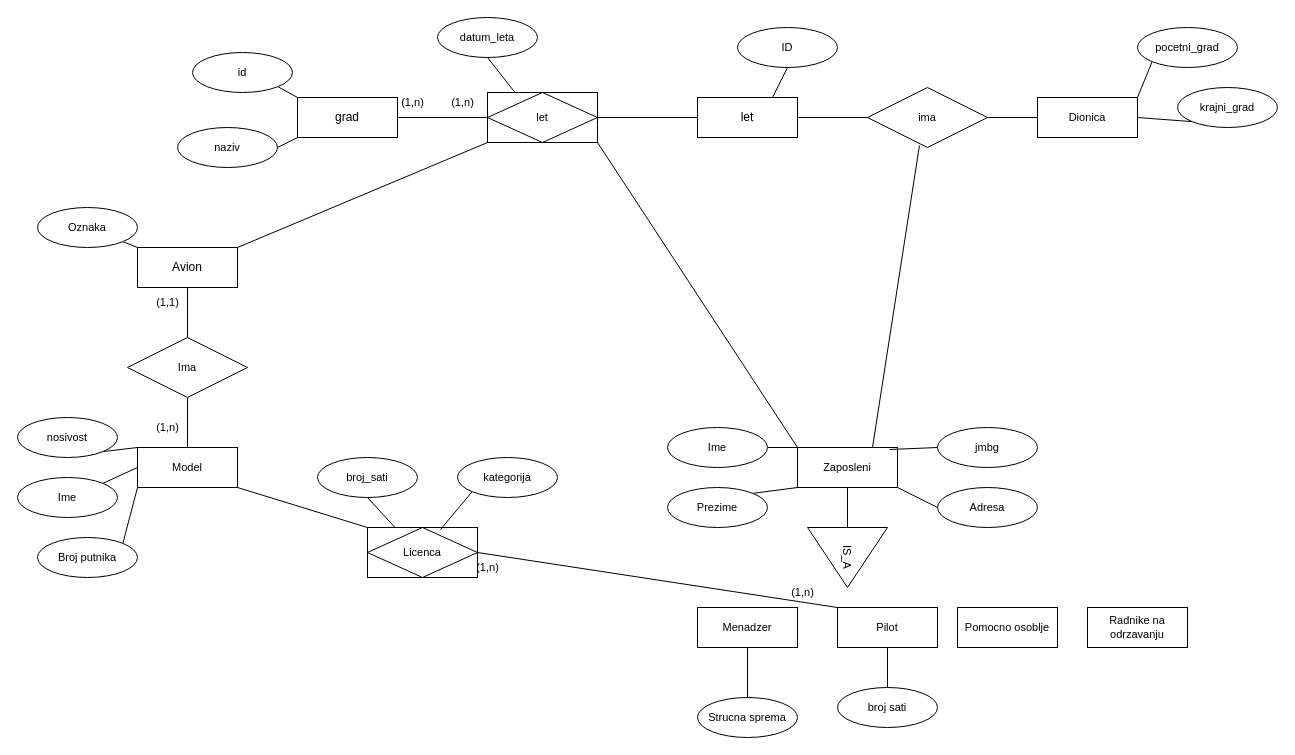
The draw.io diagram Untitled Diagram.drawio in Shrimp22/aviocompany_jdbc, before the edit. Source tidied: cells renumbered, new cells numbered last; positions are measured from the earlier drawing's top-left corner, leaving out a move shared by most shapes. Both pictures are drawn from the tidied source at 100%, with x=0, y=0 at pixel (17, 17).
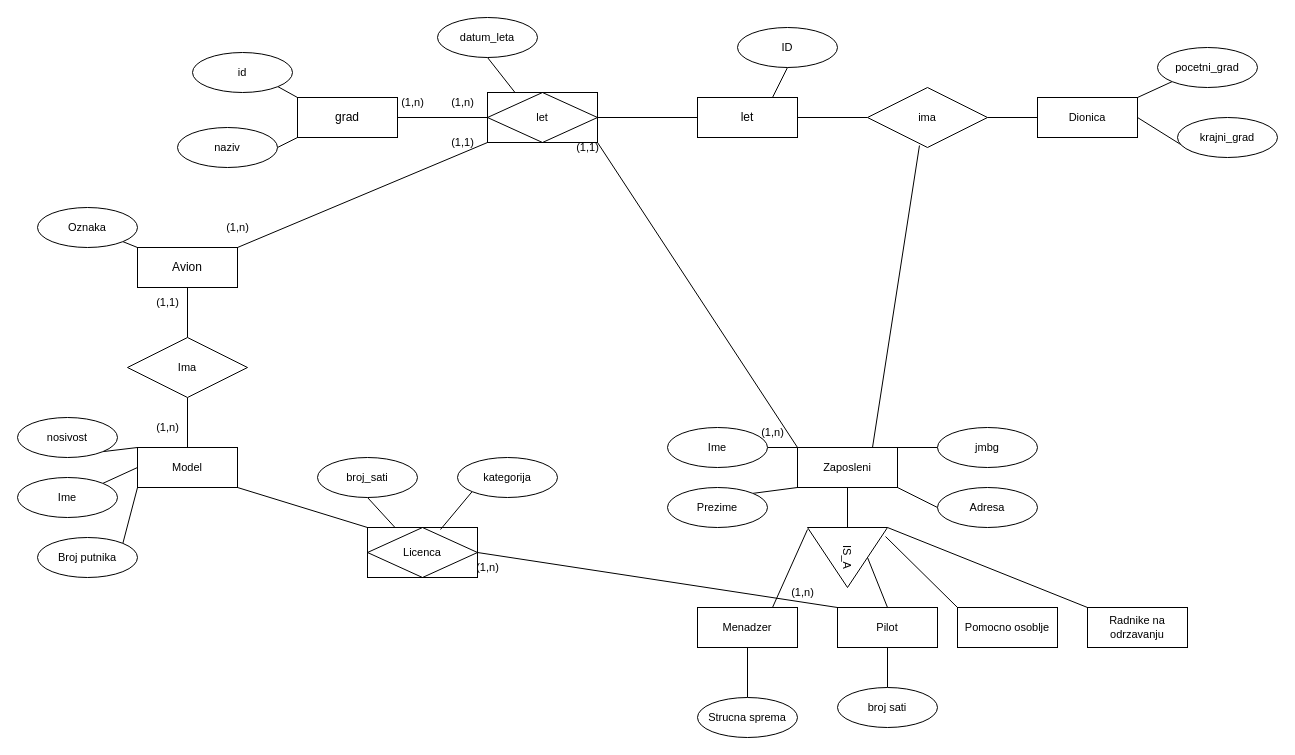
The same diagram, later.

Unchanged cells that the change refers to:
```xml
<mxCell id="20" value="Zaposleni" style="whiteSpace=wrap;html=1;align=center;fontFamily=Helvetica;fontSize=11;fontColor=default;" parent="1" vertex="1">
  <mxGeometry x="780" y="430" width="100" height="40" as="geometry" />
</mxCell>
<mxCell id="21" value="IS_A" style="triangle;whiteSpace=wrap;html=1;fontFamily=Helvetica;fontSize=11;fontColor=default;rotation=90;" parent="1" vertex="1">
  <mxGeometry x="800" y="500" width="60" height="80" as="geometry" />
</mxCell>
<mxCell id="22" value="Menadzer" style="whiteSpace=wrap;html=1;align=center;fontFamily=Helvetica;fontSize=11;fontColor=default;" parent="1" vertex="1">
  <mxGeometry x="680" y="590" width="100" height="40" as="geometry" />
</mxCell>
<mxCell id="23" value="Pilot" style="whiteSpace=wrap;html=1;align=center;fontFamily=Helvetica;fontSize=11;fontColor=default;" parent="1" vertex="1">
  <mxGeometry x="820" y="590" width="100" height="40" as="geometry" />
</mxCell>
<mxCell id="24" value="Pomocno osoblje" style="whiteSpace=wrap;html=1;align=center;fontFamily=Helvetica;fontSize=11;fontColor=default;" parent="1" vertex="1">
  <mxGeometry x="940" y="590" width="100" height="40" as="geometry" />
</mxCell>
<mxCell id="25" value="Radnike na odrzavanju" style="whiteSpace=wrap;html=1;align=center;fontFamily=Helvetica;fontSize=11;fontColor=default;" parent="1" vertex="1">
  <mxGeometry x="1070" y="590" width="100" height="40" as="geometry" />
</mxCell>
<mxCell id="31" value="jmbg" style="ellipse;whiteSpace=wrap;html=1;align=center;fontFamily=Helvetica;fontSize=11;fontColor=default;" parent="1" vertex="1">
  <mxGeometry x="920" y="410" width="100" height="40" as="geometry" />
</mxCell>
```

Diff of the diagram source:
```diff
@@
+    <mxCell id="71" style="edgeStyle=none;shape=connector;rounded=0;jettySize=auto;html=1;exitX=0.75;exitY=0;exitDx=0;exitDy=0;entryX=0.033;entryY=1;entryDx=0;entryDy=0;entryPerimeter=0;labelBackgroundColor=default;strokeColor=default;fontFamily=Helvetica;fontSize=11;fontColor=default;endArrow=none;" parent="1" edge="1" source="22" target="21">
+      <mxGeometry relative="1" as="geometry" />
+    </mxCell>
@@
+    <mxCell id="72" style="edgeStyle=none;shape=connector;rounded=0;jettySize=auto;html=1;exitX=0.5;exitY=0;exitDx=0;exitDy=0;entryX=0.5;entryY=0;entryDx=0;entryDy=0;labelBackgroundColor=default;strokeColor=default;fontFamily=Helvetica;fontSize=11;fontColor=default;endArrow=none;" parent="1" edge="1" source="23" target="21">
+      <mxGeometry relative="1" as="geometry" />
+    </mxCell>
@@
+    <mxCell id="73" style="edgeStyle=none;shape=connector;rounded=0;jettySize=auto;html=1;exitX=0;exitY=0;exitDx=0;exitDy=0;entryX=0.15;entryY=0.025;entryDx=0;entryDy=0;entryPerimeter=0;labelBackgroundColor=default;strokeColor=default;fontFamily=Helvetica;fontSize=11;fontColor=default;endArrow=none;" parent="1" edge="1" source="24" target="21">
+      <mxGeometry relative="1" as="geometry" />
+    </mxCell>
@@
+    <mxCell id="74" style="edgeStyle=none;shape=connector;rounded=0;jettySize=auto;html=1;exitX=0;exitY=0;exitDx=0;exitDy=0;labelBackgroundColor=default;strokeColor=default;fontFamily=Helvetica;fontSize=11;fontColor=default;endArrow=none;" parent="1" edge="1" source="25">
+      <mxGeometry relative="1" as="geometry">
+        <mxPoint x="870" y="510" as="targetPoint" />
+      </mxGeometry>
+    </mxCell>
@@
-    <mxCell id="30" style="edgeStyle=none;shape=connector;rounded=0;jettySize=auto;html=1;exitX=0;exitY=0.5;exitDx=0;exitDy=0;entryX=0.92;entryY=0.05;entryDx=0;entryDy=0;entryPerimeter=0;labelBackgroundColor=default;strokeColor=default;fontFamily=Helvetica;fontSize=11;fontColor=default;endArrow=none;" parent="1" edge="1" source="31" target="20">
-      <mxGeometry relative="1" as="geometry" />
+    <mxCell id="30" style="edgeStyle=none;shape=connector;rounded=0;jettySize=auto;html=1;exitX=0;exitY=0.5;exitDx=0;exitDy=0;labelBackgroundColor=default;strokeColor=default;fontFamily=Helvetica;fontSize=11;fontColor=default;endArrow=none;" parent="1" edge="1" source="31">
+      <mxGeometry relative="1" as="geometry">
+        <mxPoint x="880" y="430" as="targetPoint" />
+      </mxGeometry>
     </mxCell>
@@
     <mxCell id="52" value="pocetni_grad" style="ellipse;whiteSpace=wrap;html=1;align=center;fontFamily=Helvetica;fontSize=11;fontColor=default;" parent="1" vertex="1">
-      <mxGeometry x="1120" y="10" width="100" height="40" as="geometry" />
+      <mxGeometry x="1140" y="30" width="100" height="40" as="geometry" />
     </mxCell>
@@
     <mxCell id="54" value="krajni_grad" style="ellipse;whiteSpace=wrap;html=1;align=center;fontFamily=Helvetica;fontSize=11;fontColor=default;" parent="1" vertex="1">
-      <mxGeometry x="1160" y="70" width="100" height="40" as="geometry" />
+      <mxGeometry x="1160" y="100" width="100" height="40" as="geometry" />
     </mxCell>
@@
+    <mxCell id="75" value="(1,1)" style="text;html=1;align=center;verticalAlign=middle;strokeColor=none;fillColor=none;fontSize=11;fontFamily=Helvetica;fontColor=default;" parent="1" vertex="1">
+      <mxGeometry x="420" y="110" width="50" height="30" as="geometry" />
+    </mxCell>
+    <mxCell id="76" value="(1,n)" style="text;html=1;align=center;verticalAlign=middle;strokeColor=none;fillColor=none;fontSize=11;fontFamily=Helvetica;fontColor=default;" parent="1" vertex="1">
+      <mxGeometry x="195" y="195" width="50" height="30" as="geometry" />
+    </mxCell>
+    <mxCell id="77" value="(1,n)" style="text;html=1;align=center;verticalAlign=middle;strokeColor=none;fillColor=none;fontSize=11;fontFamily=Helvetica;fontColor=default;" parent="1" vertex="1">
+      <mxGeometry x="730" y="400" width="50" height="30" as="geometry" />
+    </mxCell>
+    <mxCell id="78" value="(1,1)" style="text;html=1;align=center;verticalAlign=middle;strokeColor=none;fillColor=none;fontSize=11;fontFamily=Helvetica;fontColor=default;" parent="1" vertex="1">
+      <mxGeometry x="545" y="115" width="50" height="30" as="geometry" />
+    </mxCell>
```
